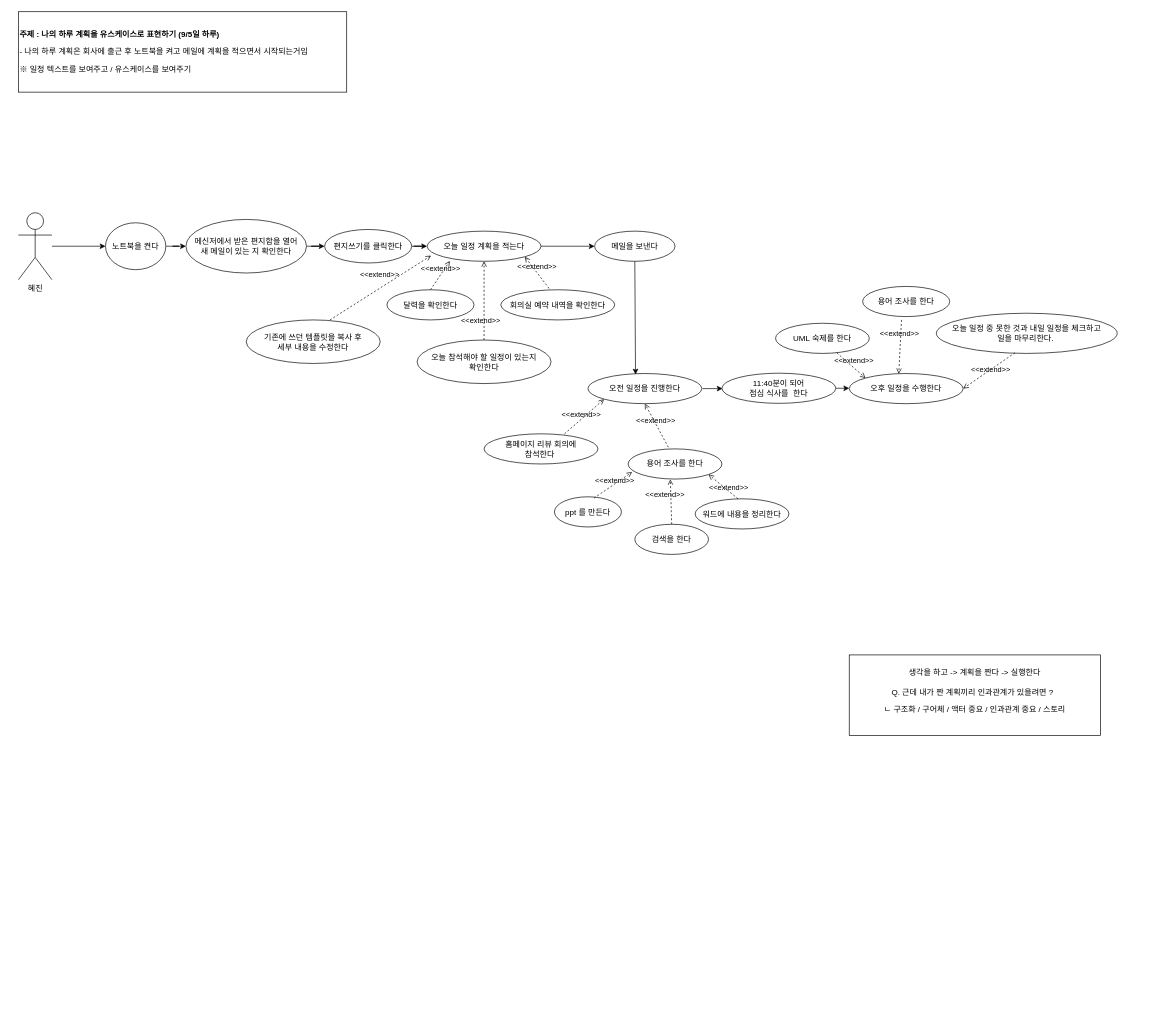
Above: usecase_diagram/dailyPlan(0901).drawio in Jin-bright/diagram_study (draw.io), before the change. Source tidied: cells renumbered, new cells numbered last; positions are measured from the earlier drawing's top-left corner, leaving out a move shared by most shapes. Both pictures are drawn from the tidied source at 67%, with x=0, y=0 at pixel (18, 11).
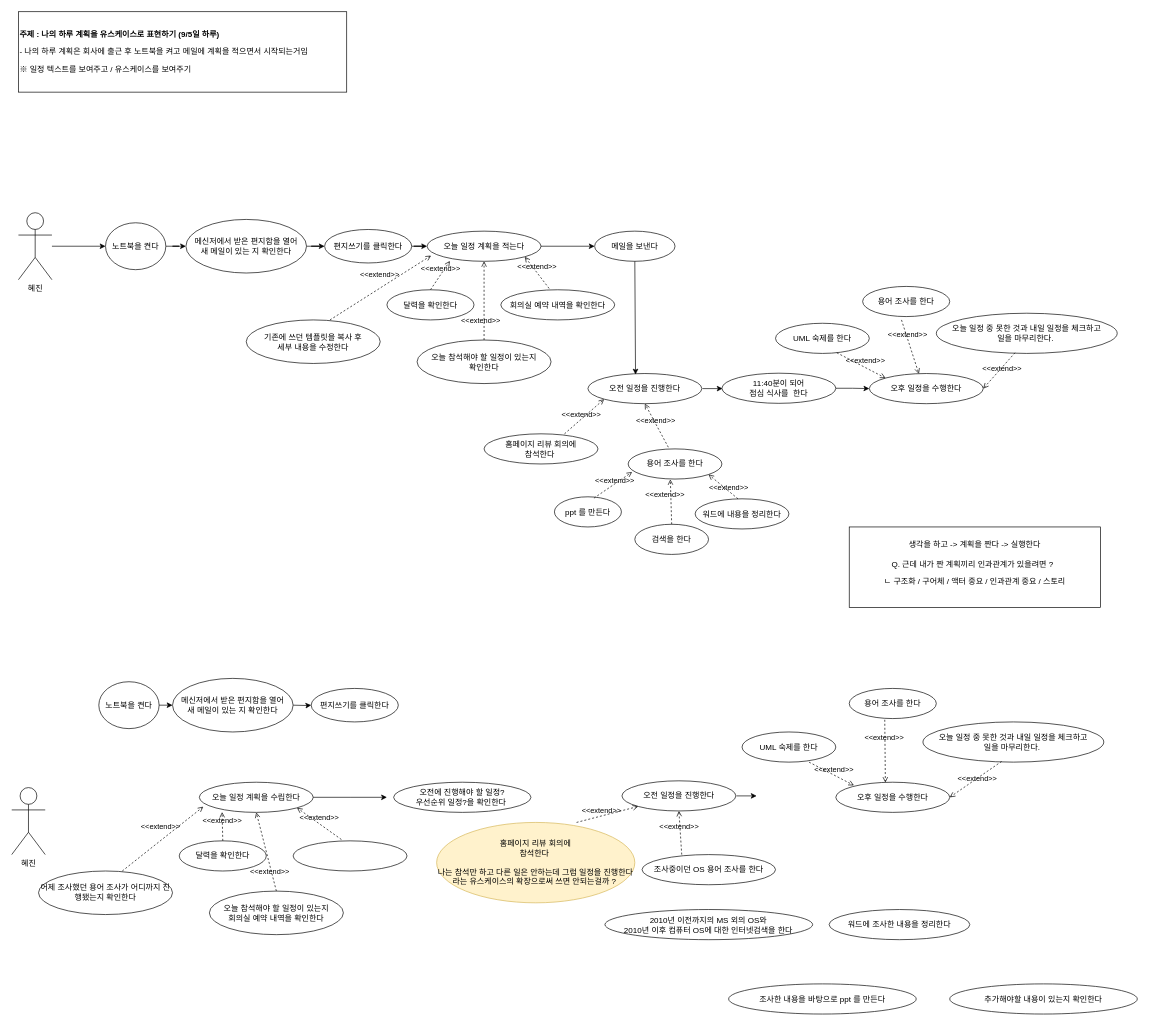
The same page after the edit.

The edit, as a diff of the source:
```diff
@@
     <mxCell id="2" value="생각을 하고 -&amp;gt; 계획을 짠다 -&amp;gt; 실행한다&lt;br&gt;&lt;br&gt;Q. 근데 내가 짠 계획끼리 인과관계가 있을려면 ?&amp;nbsp;&amp;nbsp;&lt;br&gt;&lt;p style=&quot;border-color: var(--border-color); text-align: left;&quot;&gt;ㄴ 구조화 / 구어체 / 액터 중요 / 인과관계 중요 / 스토리&lt;/p&gt;" style="rounded=0;whiteSpace=wrap;html=1;" parent="1" vertex="1">
-      <mxGeometry x="1240" y="960" width="375" height="120" as="geometry" />
+      <mxGeometry x="1240" y="769" width="375" height="120" as="geometry" />
     </mxCell>
@@
     <mxCell id="10" value="오후 일정을 수행한다" style="ellipse;whiteSpace=wrap;html=1;" parent="1" vertex="1">
-      <mxGeometry x="1240" y="540" width="170" height="45" as="geometry" />
+      <mxGeometry x="1270" y="540" width="170" height="45" as="geometry" />
     </mxCell>
@@
+    <mxCell id="45" style="edgeStyle=orthogonalEdgeStyle;rounded=0;orthogonalLoop=1;jettySize=auto;html=1;" parent="1" edge="1">
+      <mxGeometry relative="1" as="geometry">
+        <mxPoint x="1071.8" y="1170.4" as="sourcePoint" />
+        <mxPoint x="1101.8" y="1170.9" as="targetPoint" />
+      </mxGeometry>
+    </mxCell>
+    <mxCell id="46" value="오전 일정을 진행한다" style="ellipse;whiteSpace=wrap;html=1;" parent="1" vertex="1">
+      <mxGeometry x="900.8" y="1147.9" width="170" height="45" as="geometry" />
+    </mxCell>
+    <mxCell id="47" value="용어 조사를 한다" style="ellipse;whiteSpace=wrap;html=1;" parent="1" vertex="1">
+      <mxGeometry x="1240" y="1010" width="130" height="45" as="geometry" />
+    </mxCell>
+    <mxCell id="48" value="UML 숙제를 한다" style="ellipse;whiteSpace=wrap;html=1;" parent="1" vertex="1">
+      <mxGeometry x="1080" y="1075" width="140" height="45" as="geometry" />
+    </mxCell>
+    <mxCell id="49" value="홈페이지 리뷰 회의에 &lt;br&gt;참석한다&amp;nbsp;&lt;br&gt;&lt;br&gt;나는 참석만 하고 다른 일은 안하는데 그럼 일정을 진행한다라는 유스케이스의 확장으로써 쓰면 안되는걸까 ?&amp;nbsp;" style="ellipse;whiteSpace=wrap;html=1;fillColor=#fff2cc;strokeColor=#d6b656;" parent="1" vertex="1">
+      <mxGeometry x="624.2" y="1210" width="295.8" height="120" as="geometry" />
+    </mxCell>
+    <mxCell id="50" value="오늘 일정 중 못한 것과 내일 일정을 체크하고&lt;br&gt;일을 마무리한다.&amp;nbsp;" style="ellipse;whiteSpace=wrap;html=1;" parent="1" vertex="1">
+      <mxGeometry x="1350" y="1060" width="270" height="60" as="geometry" />
+    </mxCell>
+    <mxCell id="51" value="오후 일정을 수행한다" style="ellipse;whiteSpace=wrap;html=1;" parent="1" vertex="1">
+      <mxGeometry x="1220" y="1150" width="170" height="45" as="geometry" />
+    </mxCell>
+    <mxCell id="52" value="조사중이던 OS 용어 조사를 한다" style="ellipse;whiteSpace=wrap;html=1;" parent="1" vertex="1">
+      <mxGeometry x="930.8" y="1258" width="199.2" height="45" as="geometry" />
+    </mxCell>
+    <mxCell id="53" value="2010년 이전까지의 MS 외의 OS와 &lt;br&gt;2010년 이후 컴퓨터 OS에 대한 인터넷검색을 한다" style="ellipse;whiteSpace=wrap;html=1;" parent="1" vertex="1">
+      <mxGeometry x="875.4" y="1340" width="310" height="45" as="geometry" />
+    </mxCell>
+    <mxCell id="54" value="워드에 조사한 내용을 정리한다" style="ellipse;whiteSpace=wrap;html=1;" parent="1" vertex="1">
+      <mxGeometry x="1210" y="1340" width="210" height="45" as="geometry" />
+    </mxCell>
+    <mxCell id="55" value="조사한 내용을 바탕으로 ppt 를 만든다" style="ellipse;whiteSpace=wrap;html=1;" parent="1" vertex="1">
+      <mxGeometry x="1060" y="1451" width="280" height="45" as="geometry" />
+    </mxCell>
+    <mxCell id="56" value="&amp;lt;&amp;lt;extend&amp;gt;&amp;gt;" style="html=1;verticalAlign=bottom;labelBackgroundColor=none;endArrow=open;endFill=0;dashed=1;rounded=0;entryX=0;entryY=1;entryDx=0;entryDy=0;exitX=0.706;exitY=0;exitDx=0;exitDy=0;exitPerimeter=0;" parent="1" edge="1" source="49" target="46">
+      <mxGeometry x="-0.19" y="-1" relative="1" as="geometry" />
+    </mxCell>
+    <mxCell id="57" value="편지쓰기를 클릭한다" style="ellipse;whiteSpace=wrap;html=1;" parent="1" vertex="1">
+      <mxGeometry x="437" y="1010" width="130" height="50" as="geometry" />
+    </mxCell>
+    <mxCell id="58" value="오늘 참석해야 할 일정이 있는지 &lt;br&gt;회의실 예약 내역을 확인한다" style="ellipse;whiteSpace=wrap;html=1;" parent="1" vertex="1">
+      <mxGeometry x="285" y="1312.5" width="200" height="65" as="geometry" />
+    </mxCell>
+    <mxCell id="59" style="edgeStyle=orthogonalEdgeStyle;rounded=0;orthogonalLoop=1;jettySize=auto;html=1;" parent="1" edge="1">
+      <mxGeometry relative="1" as="geometry">
+        <mxPoint x="200" y="1035" as="sourcePoint" />
+        <mxPoint x="230" y="1035" as="targetPoint" />
+      </mxGeometry>
+    </mxCell>
+    <mxCell id="60" value="노트북을 켠다" style="ellipse;whiteSpace=wrap;html=1;" parent="1" vertex="1">
+      <mxGeometry x="120" y="1000" width="90" height="70" as="geometry" />
+    </mxCell>
+    <mxCell id="61" style="edgeStyle=orthogonalEdgeStyle;rounded=0;jettySize=auto;html=1;" parent="1" edge="1" target="57">
+      <mxGeometry relative="1" as="geometry">
+        <mxPoint x="410" y="1035" as="sourcePoint" />
+      </mxGeometry>
+    </mxCell>
+    <mxCell id="62" value="메신저에서&amp;nbsp;받은 편지함을 열어&lt;br&gt;새 메일이 있는 지 확인한다" style="ellipse;whiteSpace=wrap;html=1;" parent="1" vertex="1">
+      <mxGeometry x="230" y="995" width="180" height="80" as="geometry" />
+    </mxCell>
+    <mxCell id="63" value="오늘 일정 계획을 수립한다" style="ellipse;whiteSpace=wrap;html=1;" parent="1" vertex="1">
+      <mxGeometry x="270" y="1150" width="170" height="45" as="geometry" />
+    </mxCell>
+    <mxCell id="64" value="달력을 확인한다" style="ellipse;whiteSpace=wrap;html=1;" parent="1" vertex="1">
+      <mxGeometry x="240" y="1237.5" width="130" height="45" as="geometry" />
+    </mxCell>
+    <mxCell id="65" style="ellipse;whiteSpace=wrap;html=1;" parent="1" vertex="1">
+      <mxGeometry x="410" y="1237.5" width="170" height="45" as="geometry" />
+    </mxCell>
+    <mxCell id="66" value="어제 조사했던 용어 조사가 어디까지 진행됐는지 확인한다" style="ellipse;whiteSpace=wrap;html=1;" parent="1" vertex="1">
+      <mxGeometry x="30" y="1282.5" width="200" height="65" as="geometry" />
+    </mxCell>
+    <mxCell id="67" value="&amp;lt;&amp;lt;extend&amp;gt;&amp;gt;" style="html=1;verticalAlign=bottom;labelBackgroundColor=none;endArrow=open;endFill=0;dashed=1;rounded=0;exitX=0.5;exitY=0;exitDx=0;exitDy=0;entryX=0.2;entryY=0.989;entryDx=0;entryDy=0;entryPerimeter=0;" parent="1" edge="1" source="64" target="63">
+      <mxGeometry relative="1" as="geometry" />
+    </mxCell>
+    <mxCell id="68" value="&amp;lt;&amp;lt;extend&amp;gt;&amp;gt;" style="html=1;verticalAlign=bottom;labelBackgroundColor=none;endArrow=open;endFill=0;dashed=1;rounded=0;exitX=0.625;exitY=0;exitDx=0;exitDy=0;exitPerimeter=0;entryX=0.035;entryY=0.811;entryDx=0;entryDy=0;entryPerimeter=0;" parent="1" edge="1" source="66" target="63">
+      <mxGeometry x="0.04" y="9" relative="1" as="geometry" />
+    </mxCell>
+    <mxCell id="69" value="&amp;lt;&amp;lt;extend&amp;gt;&amp;gt;" style="html=1;verticalAlign=bottom;labelBackgroundColor=none;endArrow=open;endFill=0;dashed=1;rounded=0;entryX=1;entryY=1;entryDx=0;entryDy=0;exitX=0.424;exitY=-0.044;exitDx=0;exitDy=0;exitPerimeter=0;" parent="1" edge="1" source="65" target="63">
+      <mxGeometry relative="1" as="geometry" />
+    </mxCell>
+    <mxCell id="70" value="&amp;lt;&amp;lt;extend&amp;gt;&amp;gt;" style="html=1;verticalAlign=bottom;labelBackgroundColor=none;endArrow=open;endFill=0;dashed=1;rounded=0;entryX=0.5;entryY=1;entryDx=0;entryDy=0;exitX=0.5;exitY=0;exitDx=0;exitDy=0;" parent="1" edge="1" source="58" target="63">
+      <mxGeometry x="-0.66" y="5" relative="1" as="geometry" />
+    </mxCell>
+    <mxCell id="71" style="edgeStyle=orthogonalEdgeStyle;rounded=0;jettySize=auto;html=1;" parent="1" edge="1" source="63">
+      <mxGeometry relative="1" as="geometry">
+        <mxPoint x="550" y="1172.5" as="targetPoint" />
+      </mxGeometry>
+    </mxCell>
+    <mxCell id="72" value="혜진" style="shape=umlActor;verticalLabelPosition=bottom;verticalAlign=top;html=1;" parent="1" vertex="1">
+      <mxGeometry x="-10" y="1158" width="50" height="100" as="geometry" />
+    </mxCell>
+    <mxCell id="73" value="&amp;lt;&amp;lt;extend&amp;gt;&amp;gt;" style="html=1;verticalAlign=bottom;labelBackgroundColor=none;endArrow=open;endFill=0;dashed=1;rounded=0;entryX=0.5;entryY=1;entryDx=0;entryDy=0;" parent="1" edge="1" target="46">
+      <mxGeometry x="-0.02" y="2" relative="1" as="geometry">
+        <mxPoint x="990" y="1258" as="sourcePoint" />
+      </mxGeometry>
+    </mxCell>
+    <mxCell id="74" value="&amp;lt;&amp;lt;extend&amp;gt;&amp;gt;" style="html=1;verticalAlign=bottom;labelBackgroundColor=none;endArrow=open;endFill=0;dashed=1;rounded=0;entryX=0;entryY=0;entryDx=0;entryDy=0;" parent="1" edge="1">
+      <mxGeometry x="0.11" y="-1" relative="1" as="geometry">
+        <mxPoint x="1180" y="1120" as="sourcePoint" />
+        <mxPoint x="1247" y="1154.7" as="targetPoint" />
+      </mxGeometry>
+    </mxCell>
+    <mxCell id="75" value="&amp;lt;&amp;lt;extend&amp;gt;&amp;gt;" style="html=1;verticalAlign=bottom;labelBackgroundColor=none;endArrow=open;endFill=0;dashed=1;rounded=0;exitX=0.408;exitY=1.039;exitDx=0;exitDy=0;exitPerimeter=0;entryX=0.435;entryY=0.011;entryDx=0;entryDy=0;entryPerimeter=0;" parent="1" edge="1" source="47" target="51">
+      <mxGeometry x="-0.25" y="-1" relative="1" as="geometry" />
+    </mxCell>
+    <mxCell id="76" value="&amp;lt;&amp;lt;extend&amp;gt;&amp;gt;" style="html=1;verticalAlign=bottom;labelBackgroundColor=none;endArrow=open;endFill=0;dashed=1;rounded=0;exitX=0.435;exitY=0.983;exitDx=0;exitDy=0;exitPerimeter=0;entryX=1;entryY=0.5;entryDx=0;entryDy=0;" parent="1" edge="1" source="50" target="51">
+      <mxGeometry x="0.04" y="7" relative="1" as="geometry" />
+    </mxCell>
+    <mxCell id="77" value="오전에 진행해야 할 일정?&lt;br&gt;우선순위 일정?을 확인한다&amp;nbsp;" style="ellipse;whiteSpace=wrap;html=1;" parent="1" vertex="1">
+      <mxGeometry x="560" y="1150" width="205" height="45" as="geometry" />
+    </mxCell>
+    <mxCell id="78" value="추가해야할 내용이 있는지 확인한다" style="ellipse;whiteSpace=wrap;html=1;" parent="1" vertex="1">
+      <mxGeometry x="1390" y="1451" width="280" height="45" as="geometry" />
+    </mxCell>
```
